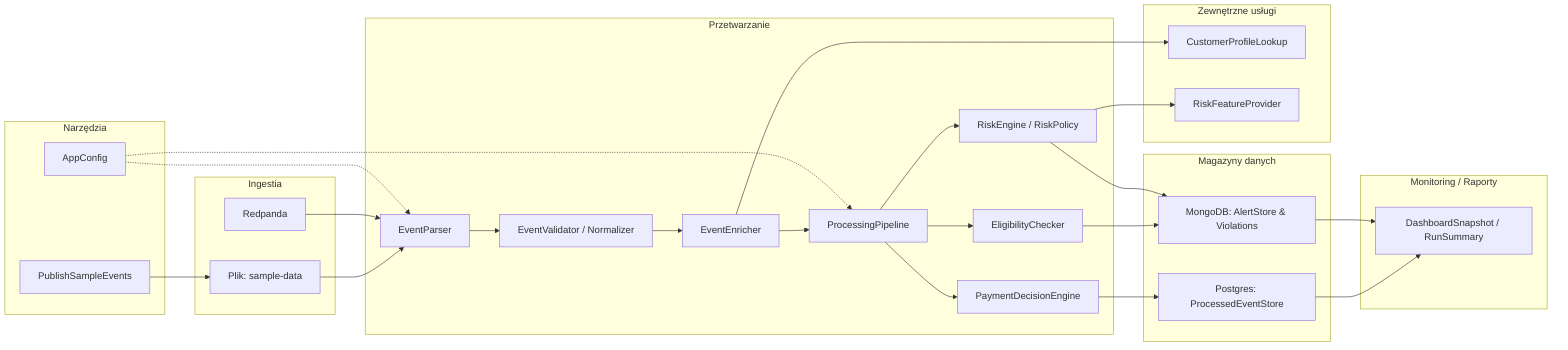
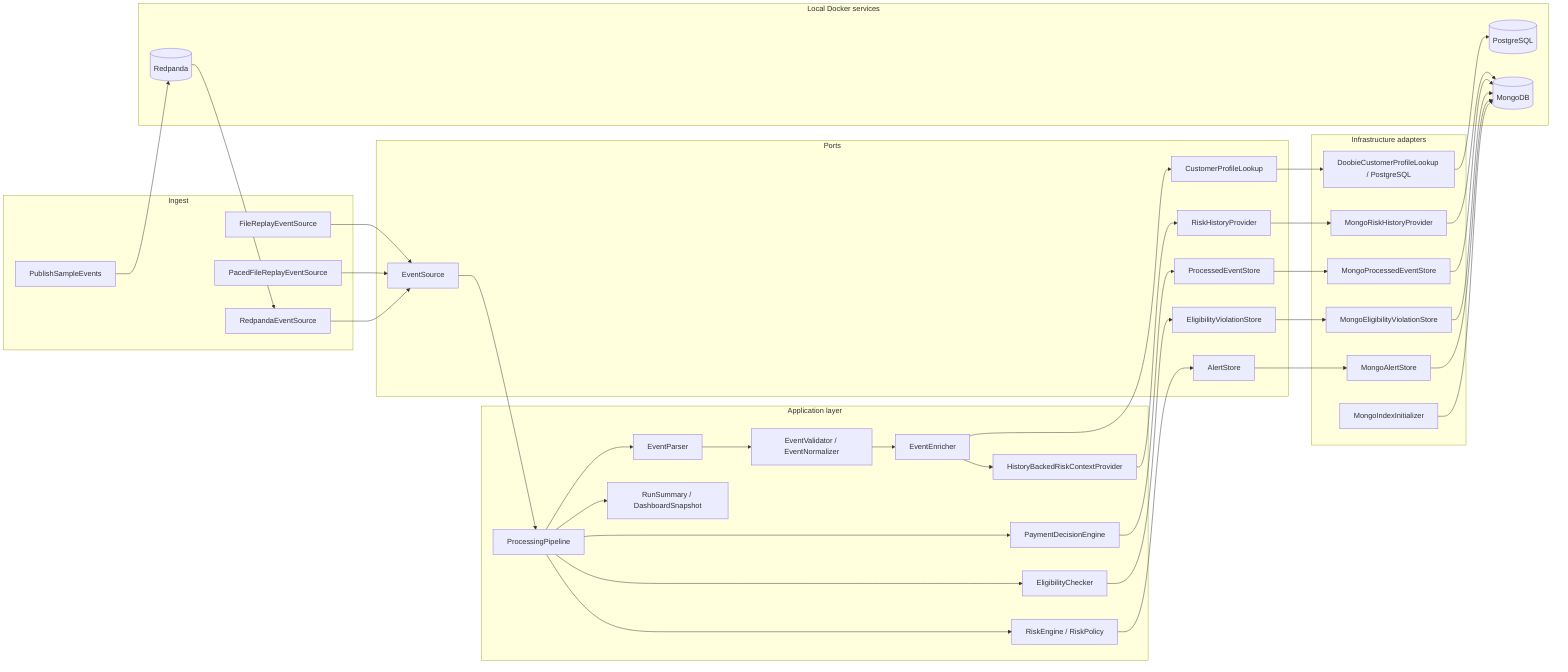
flowchart LR
-   subgraph ING[Ingestia]
-     file[Plik: sample-data]
-     redpanda[Redpanda]
+   subgraph Ingest[Ingest]
+     file[FileReplayEventSource]
+     paced[PacedFileReplayEventSource]
+     redpanda[RedpandaEventSource]
+     publisher[PublishSampleEvents]
  end

-   subgraph PROC[Przetwarzanie]
+   subgraph Application[Application layer]
    parser[EventParser]
-     validator[EventValidator / Normalizer]
+     validator[EventValidator / EventNormalizer]
    enricher[EventEnricher]
    pipeline[ProcessingPipeline]
+     eligibility[EligibilityChecker]
+     riskContext[HistoryBackedRiskContextProvider]
    risk[RiskEngine / RiskPolicy]
    decision[PaymentDecisionEngine]
-     eligibility[EligibilityChecker]
+     reporting[RunSummary / DashboardSnapshot]
  end

-   subgraph STORE[Magazyny danych]
-     postgres[Postgres: ProcessedEventStore]
-     mongo[MongoDB: AlertStore & Violations]
+   subgraph Ports[Ports]
+     eventSource[EventSource]
+     profilePort[CustomerProfileLookup]
+     historyPort[RiskHistoryProvider]
+     processedPort[ProcessedEventStore]
+     violationsPort[EligibilityViolationStore]
+     alertsPort[AlertStore]
  end

-   subgraph EXT[Zewnętrzne usługi]
-     profileApi[CustomerProfileLookup]
-     featureApi[RiskFeatureProvider]
+   subgraph Infrastructure[Infrastructure adapters]
+     postgres[DoobieCustomerProfileLookup / PostgreSQL]
+     mongoHistory[MongoRiskHistoryProvider]
+     mongoProcessed[MongoProcessedEventStore]
+     mongoViolations[MongoEligibilityViolationStore]
+     mongoAlerts[MongoAlertStore]
+     mongoIndexes[MongoIndexInitializer]
  end

-   subgraph MON[Monitoring / Raporty]
-     dashboard[DashboardSnapshot / RunSummary]
+   subgraph Stores[Local Docker services]
+     pg[(PostgreSQL)]
+     mongo[(MongoDB)]
+     rp[(Redpanda)]
  end

-   subgraph TOOLS[Narzędzia]
-     publishTool[PublishSampleEvents]
-     appConfig[AppConfig]
-   end
+   file --> eventSource
+   paced --> eventSource
+   redpanda --> eventSource
+   publisher --> rp
+   rp --> redpanda

-   file --> parser
-   redpanda --> parser
- 
+   eventSource --> pipeline
+   pipeline --> parser
  parser --> validator
  validator --> enricher
-   enricher --> pipeline
+   enricher --> profilePort
+   profilePort --> postgres
+   postgres --> pg
+ 
+   enricher --> riskContext
+   riskContext --> historyPort
+   historyPort --> mongoHistory
+   mongoHistory --> mongo

  pipeline --> eligibility
  pipeline --> risk
  pipeline --> decision

-   eligibility --> mongo
-   risk --> mongo
-   decision --> postgres
+   decision --> processedPort
+   eligibility --> violationsPort
+   risk --> alertsPort

-   enricher --> profileApi
-   risk --> featureApi
+   processedPort --> mongoProcessed
+   violationsPort --> mongoViolations
+   alertsPort --> mongoAlerts
+   mongoProcessed --> mongo
+   mongoViolations --> mongo
+   mongoAlerts --> mongo
+   mongoIndexes --> mongo

-   postgres --> dashboard
-   mongo --> dashboard
- 
-   publishTool --> file
-   appConfig -.-> parser
-   appConfig -.-> pipeline
+   pipeline --> reporting
